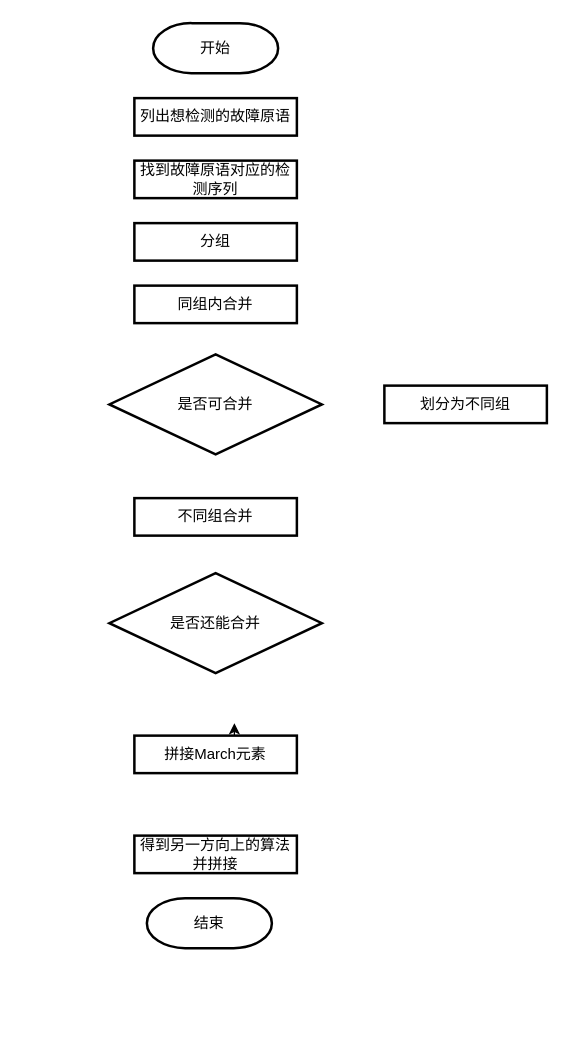
The draw.io diagram doc/generation.drawio in shanshan-lu/homwork, before the edit. Source tidied: cells renumbered, new cells numbered last; positions are measured from the earlier drawing's top-left corner, leaving out a move shared by most shapes. Both pictures are drawn from the tidied source at 125%, with x=0, y=0 at pixel (109, 22).
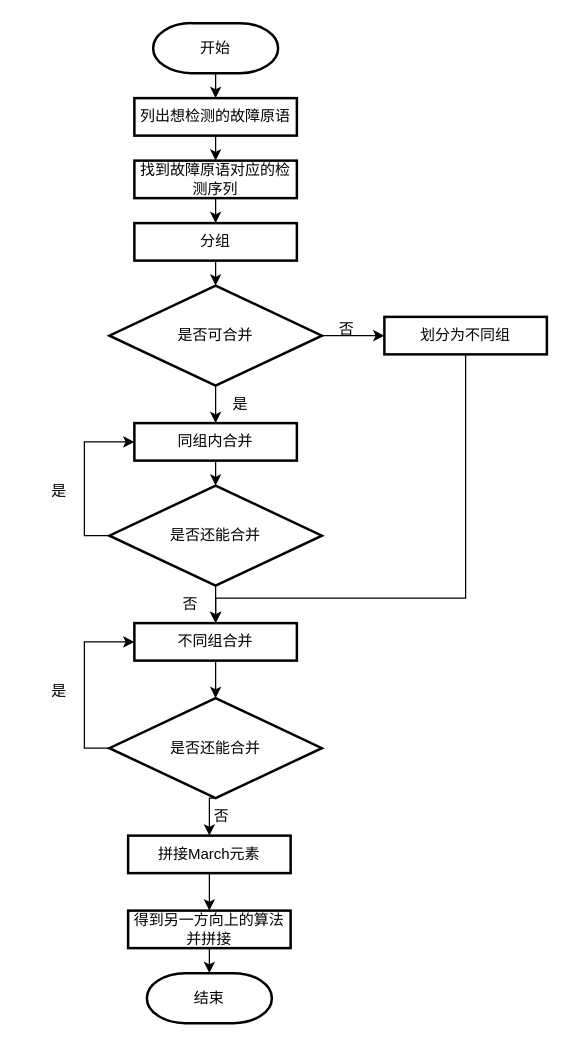
The same page after the edit.

The change refers to these unchanged cells:
```xml
<mxCell id="2" value="开始" style="strokeWidth=2;html=1;shape=mxgraph.flowchart.terminator;whiteSpace=wrap;" parent="1" vertex="1">
  <mxGeometry x="35" width="100" height="40" as="geometry" />
</mxCell>
<mxCell id="3" value="列出想检测的故障原语" style="rounded=0;whiteSpace=wrap;html=1;strokeWidth=2;" parent="1" vertex="1">
  <mxGeometry x="20" y="60" width="130" height="30" as="geometry" />
</mxCell>
<mxCell id="4" value="找到故障原语对应的检测序列" style="rounded=0;whiteSpace=wrap;html=1;strokeWidth=2;" parent="1" vertex="1">
  <mxGeometry x="20" y="110" width="130" height="30" as="geometry" />
</mxCell>
<mxCell id="5" value="分组" style="rounded=0;whiteSpace=wrap;html=1;strokeWidth=2;" parent="1" vertex="1">
  <mxGeometry x="20" y="160" width="130" height="30" as="geometry" />
</mxCell>
```

The edit, as a diff of the source:
```diff
@@
+    <mxCell id="15" style="edgeStyle=orthogonalEdgeStyle;rounded=0;jettySize=auto;html=1;exitX=0.5;exitY=1;exitDx=0;exitDy=0;exitPerimeter=0;entryX=0.5;entryY=0;entryDx=0;entryDy=0;" parent="1" edge="1" source="2" target="3">
+      <mxGeometry relative="1" as="geometry" />
+    </mxCell>
@@
+    <mxCell id="16" style="edgeStyle=orthogonalEdgeStyle;rounded=0;jettySize=auto;html=1;exitX=0.5;exitY=1;exitDx=0;exitDy=0;entryX=0.5;entryY=0;entryDx=0;entryDy=0;" parent="1" edge="1" source="3" target="4">
+      <mxGeometry relative="1" as="geometry" />
+    </mxCell>
@@
+    <mxCell id="17" style="edgeStyle=orthogonalEdgeStyle;rounded=0;jettySize=auto;html=1;exitX=0.5;exitY=1;exitDx=0;exitDy=0;entryX=0.5;entryY=0;entryDx=0;entryDy=0;" parent="1" edge="1" source="4" target="5">
+      <mxGeometry relative="1" as="geometry" />
+    </mxCell>
@@
+    <mxCell id="18" style="edgeStyle=orthogonalEdgeStyle;rounded=0;jettySize=auto;html=1;exitX=0.5;exitY=1;exitDx=0;exitDy=0;entryX=0.5;entryY=0;entryDx=0;entryDy=0;" parent="1" edge="1" source="5" target="6">
+      <mxGeometry relative="1" as="geometry" />
+    </mxCell>
@@
+    <mxCell id="19" style="edgeStyle=orthogonalEdgeStyle;rounded=0;jettySize=auto;html=1;exitX=1;exitY=0.5;exitDx=0;exitDy=0;" parent="1" edge="1" source="6" target="8">
+      <mxGeometry relative="1" as="geometry" />
+    </mxCell>
+    <mxCell id="20" style="edgeStyle=orthogonalEdgeStyle;rounded=0;jettySize=auto;html=1;exitX=0.5;exitY=1;exitDx=0;exitDy=0;entryX=0.5;entryY=0;entryDx=0;entryDy=0;" parent="1" edge="1" source="6" target="7">
+      <mxGeometry relative="1" as="geometry" />
+    </mxCell>
     <mxCell id="6" value="是否可合并" style="rhombus;whiteSpace=wrap;html=1;strokeWidth=2;" parent="1" vertex="1">
-      <mxGeometry y="265" width="170" height="80" as="geometry" />
+      <mxGeometry y="210" width="170" height="80" as="geometry" />
     </mxCell>
+    <mxCell id="21" style="edgeStyle=orthogonalEdgeStyle;rounded=0;jettySize=auto;html=1;exitX=0.5;exitY=1;exitDx=0;exitDy=0;entryX=0.5;entryY=0;entryDx=0;entryDy=0;" parent="1" edge="1" source="7" target="33">
+      <mxGeometry relative="1" as="geometry" />
+    </mxCell>
     <mxCell id="7" value="同组内合并" style="rounded=0;whiteSpace=wrap;html=1;strokeWidth=2;" parent="1" vertex="1">
-      <mxGeometry x="20" y="210" width="130" height="30" as="geometry" />
+      <mxGeometry x="20" y="320" width="130" height="30" as="geometry" />
     </mxCell>
+    <mxCell id="22" style="edgeStyle=orthogonalEdgeStyle;rounded=0;jettySize=auto;html=1;exitX=0.5;exitY=1;exitDx=0;exitDy=0;entryX=0.5;entryY=0;entryDx=0;entryDy=0;" parent="1" edge="1" source="8" target="9">
+      <mxGeometry relative="1" as="geometry">
+        <Array as="points">
+          <mxPoint x="285" y="460" />
+          <mxPoint x="85" y="460" />
+        </Array>
+      </mxGeometry>
+    </mxCell>
     <mxCell id="8" value="划分为不同组" style="rounded=0;whiteSpace=wrap;html=1;strokeWidth=2;" parent="1" vertex="1">
-      <mxGeometry x="220" y="290" width="130" height="30" as="geometry" />
+      <mxGeometry x="220" y="235" width="130" height="30" as="geometry" />
     </mxCell>
+    <mxCell id="23" style="edgeStyle=orthogonalEdgeStyle;rounded=0;jettySize=auto;html=1;exitX=0.5;exitY=1;exitDx=0;exitDy=0;entryX=0.5;entryY=0;entryDx=0;entryDy=0;" parent="1" edge="1" source="9" target="10">
+      <mxGeometry relative="1" as="geometry" />
+    </mxCell>
     <mxCell id="9" value="不同组合并" style="rounded=0;whiteSpace=wrap;html=1;strokeWidth=2;" parent="1" vertex="1">
-      <mxGeometry x="20" y="380" width="130" height="30" as="geometry" />
+      <mxGeometry x="20" y="480" width="130" height="30" as="geometry" />
     </mxCell>
+    <mxCell id="24" style="edgeStyle=orthogonalEdgeStyle;rounded=0;jettySize=auto;html=1;exitX=0;exitY=0.5;exitDx=0;exitDy=0;entryX=0;entryY=0.5;entryDx=0;entryDy=0;" parent="1" edge="1" source="10" target="9">
+      <mxGeometry relative="1" as="geometry" />
+    </mxCell>
+    <mxCell id="25" style="edgeStyle=orthogonalEdgeStyle;rounded=0;jettySize=auto;html=1;exitX=0.5;exitY=1;exitDx=0;exitDy=0;entryX=0.5;entryY=0;entryDx=0;entryDy=0;" parent="1" edge="1" source="10" target="12">
+      <mxGeometry relative="1" as="geometry" />
+    </mxCell>
     <mxCell id="10" value="是否还能合并" style="rhombus;whiteSpace=wrap;html=1;strokeWidth=2;" parent="1" vertex="1">
-      <mxGeometry y="440" width="170" height="80" as="geometry" />
+      <mxGeometry y="540" width="170" height="80" as="geometry" />
     </mxCell>
-    <mxCell id="11" style="edgeStyle=orthogonalEdgeStyle;rounded=0;jettySize=auto;html=1;exitX=0.5;exitY=0;exitDx=0;exitDy=0;" parent="1" edge="1" source="12">
-      <mxGeometry relative="1" as="geometry">
-        <mxPoint x="100" y="560" as="targetPoint" />
-      </mxGeometry>
-    </mxCell>
+    <mxCell id="26" style="edgeStyle=orthogonalEdgeStyle;rounded=0;jettySize=auto;html=1;exitX=0.5;exitY=1;exitDx=0;exitDy=0;entryX=0.5;entryY=0;entryDx=0;entryDy=0;" parent="1" edge="1" source="12" target="13">
+      <mxGeometry relative="1" as="geometry" />
+    </mxCell>
     <mxCell id="12" value="拼接March元素" style="rounded=0;whiteSpace=wrap;html=1;strokeWidth=2;" parent="1" vertex="1">
-      <mxGeometry x="20" y="570" width="130" height="30" as="geometry" />
+      <mxGeometry x="15" y="650" width="130" height="30" as="geometry" />
     </mxCell>
+    <mxCell id="27" style="edgeStyle=orthogonalEdgeStyle;rounded=0;jettySize=auto;html=1;exitX=0.5;exitY=1;exitDx=0;exitDy=0;entryX=0.5;entryY=0;entryDx=0;entryDy=0;entryPerimeter=0;" parent="1" edge="1" source="13" target="14">
+      <mxGeometry relative="1" as="geometry" />
+    </mxCell>
     <mxCell id="13" value="得到另一方向上的算法并拼接" style="rounded=0;whiteSpace=wrap;html=1;strokeWidth=2;" parent="1" vertex="1">
-      <mxGeometry x="20" y="650" width="130" height="30" as="geometry" />
+      <mxGeometry x="15" y="710" width="130" height="30" as="geometry" />
     </mxCell>
     <mxCell id="14" value="结束" style="strokeWidth=2;html=1;shape=mxgraph.flowchart.terminator;whiteSpace=wrap;" parent="1" vertex="1">
-      <mxGeometry x="30" y="700" width="100" height="40" as="geometry" />
+      <mxGeometry x="30" y="760" width="100" height="40" as="geometry" />
     </mxCell>
+    <mxCell id="28" value="否" style="text;html=1;strokeColor=none;fillColor=none;align=center;verticalAlign=middle;whiteSpace=wrap;rounded=0;" parent="1" vertex="1">
+      <mxGeometry x="160" y="230" width="60" height="30" as="geometry" />
+    </mxCell>
+    <mxCell id="29" value="否" style="text;html=1;strokeColor=none;fillColor=none;align=center;verticalAlign=middle;whiteSpace=wrap;rounded=0;" parent="1" vertex="1">
+      <mxGeometry x="60" y="620" width="60" height="30" as="geometry" />
+    </mxCell>
+    <mxCell id="30" value="是" style="text;html=1;strokeColor=none;fillColor=none;align=center;verticalAlign=middle;whiteSpace=wrap;rounded=0;" parent="1" vertex="1">
+      <mxGeometry x="-70" y="520" width="60" height="30" as="geometry" />
+    </mxCell>
+    <mxCell id="31" style="edgeStyle=orthogonalEdgeStyle;rounded=0;jettySize=auto;html=1;exitX=0.5;exitY=1;exitDx=0;exitDy=0;entryX=0.5;entryY=0;entryDx=0;entryDy=0;" parent="1" edge="1" source="33" target="9">
+      <mxGeometry relative="1" as="geometry" />
+    </mxCell>
+    <mxCell id="32" style="edgeStyle=orthogonalEdgeStyle;rounded=0;jettySize=auto;html=1;exitX=0;exitY=0.5;exitDx=0;exitDy=0;entryX=0;entryY=0.5;entryDx=0;entryDy=0;" parent="1" edge="1" source="33" target="7">
+      <mxGeometry relative="1" as="geometry" />
+    </mxCell>
+    <mxCell id="33" value="是否还能合并" style="rhombus;whiteSpace=wrap;html=1;strokeWidth=2;" parent="1" vertex="1">
+      <mxGeometry y="370" width="170" height="80" as="geometry" />
+    </mxCell>
+    <mxCell id="34" value="是" style="text;html=1;strokeColor=none;fillColor=none;align=center;verticalAlign=middle;whiteSpace=wrap;rounded=0;" parent="1" vertex="1">
+      <mxGeometry x="-70" y="360" width="60" height="30" as="geometry" />
+    </mxCell>
+    <mxCell id="35" value="否" style="text;html=1;strokeColor=none;fillColor=none;align=center;verticalAlign=middle;whiteSpace=wrap;rounded=0;" parent="1" vertex="1">
+      <mxGeometry x="35" y="450" width="60" height="30" as="geometry" />
+    </mxCell>
+    <mxCell id="36" value="是" style="text;html=1;strokeColor=none;fillColor=none;align=center;verticalAlign=middle;whiteSpace=wrap;rounded=0;" parent="1" vertex="1">
+      <mxGeometry x="75" y="290" width="60" height="30" as="geometry" />
+    </mxCell>
```
